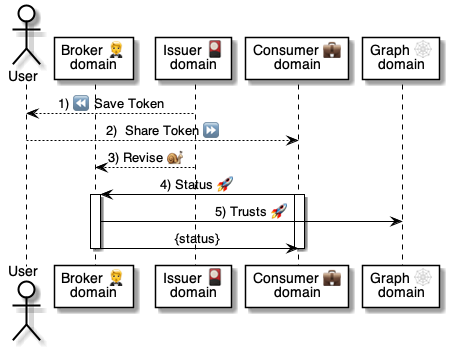
Above: 5 ⏩ Flows/20 💼⏩ Consumers/.📎 Assets/⚙️ Token status.png in pollyweb-org/pollyweb-docs (PlantUML), before the change. Its source is kept beside it as 5 ⏩ Flows/20 💼⏩ Consumers/.📎 Assets/⚙️ Token status.puml.
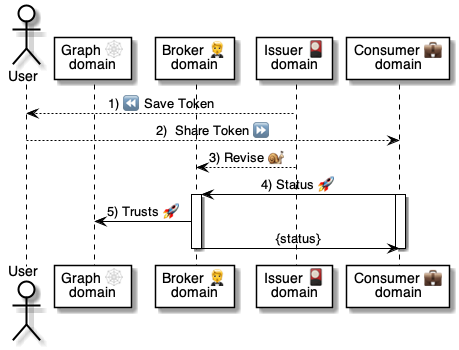
The same diagram one commit later.

Change to the diagram source:
```diff
@@ -2,10 +2,11 @@
 
 
 actor User as user
+participant "Graph 🕸\ndomain" as graph
 participant "Broker 🤵\ndomain" as broker
 participant "Issuer 🎴\ndomain" as issuer
 participant "Consumer 💼\ndomain" as consumer
-participant "Graph 🕸\ndomain" as graph
+
 
 
 
```
